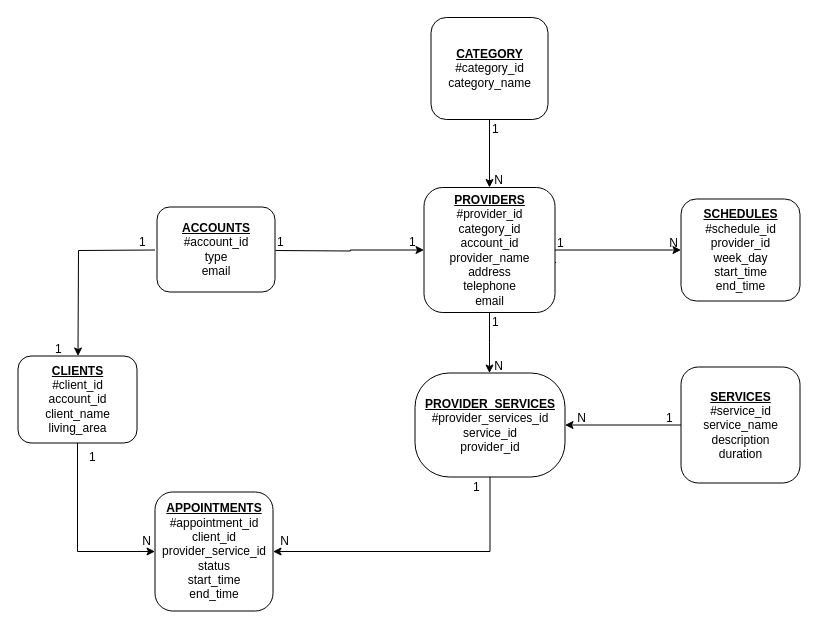
Before: DataBase.drawio in Daniela02/Licenta, a draw.io diagram. Source tidied: cells renumbered, new cells numbered last; positions are measured from the earlier drawing's top-left corner, leaving out a move shared by most shapes. Both pictures are drawn from the tidied source at 100%, with x=0, y=0 at pixel (18, 17).
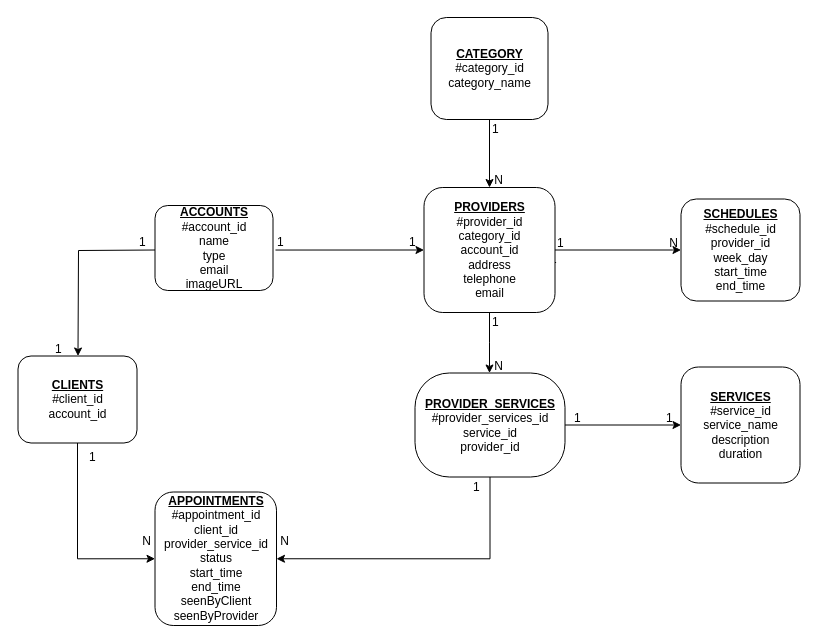
Above is the later version.

The change refers to these unchanged cells:
```xml
<mxCell id="17" value="&lt;b&gt;&lt;u&gt;SERVICES&lt;/u&gt;&lt;/b&gt;&lt;br&gt;#service_id&lt;br&gt;service_name&lt;br&gt;description&lt;br&gt;duration" style="rounded=1;whiteSpace=wrap;html=1;" parent="1" vertex="1">
  <mxGeometry x="662.5" y="349.5" width="119" height="116" as="geometry" />
</mxCell>
<mxCell id="31" value="&lt;b&gt;&lt;u&gt;PROVIDER_SERVICES&lt;/u&gt;&lt;/b&gt;&lt;br&gt;#provider_services_id&lt;br&gt;service_id&lt;br&gt;provider_id" style="rounded=1;whiteSpace=wrap;html=1;arcSize=33;" parent="1" vertex="1">
  <mxGeometry x="396.5" y="355.5" width="150" height="104" as="geometry" />
</mxCell>
```

Diff of the diagram source:
```diff
@@
-    <mxCell id="4" style="edgeStyle=orthogonalEdgeStyle;rounded=0;jettySize=auto;html=1;entryX=0;entryY=0.5;entryDx=0;entryDy=0;" parent="1" edge="1" target="21">
-      <mxGeometry relative="1" as="geometry">
-        <mxPoint x="257" y="233" as="sourcePoint" />
-      </mxGeometry>
+    <mxCell id="4" style="edgeStyle=orthogonalEdgeStyle;rounded=0;jettySize=auto;html=1;entryX=0;entryY=0.5;entryDx=0;entryDy=0;exitX=1.021;exitY=0.524;exitDx=0;exitDy=0;exitPerimeter=0;" parent="1" edge="1" source="14" target="21">
+      <mxGeometry relative="1" as="geometry" />
     </mxCell>
@@
-    <mxCell id="13" value="&lt;b&gt;&lt;u&gt;CLIENTS&lt;/u&gt;&lt;/b&gt;&lt;br&gt;#client_id&lt;br&gt;account_id&lt;br&gt;client_name&lt;br&gt;living_area" style="rounded=1;whiteSpace=wrap;html=1;" parent="1" vertex="1">
+    <mxCell id="13" value="&lt;b&gt;&lt;u&gt;CLIENTS&lt;/u&gt;&lt;/b&gt;&lt;br&gt;#client_id&lt;br&gt;account_id" style="rounded=1;whiteSpace=wrap;html=1;" parent="1" vertex="1">
       <mxGeometry x="-0.5" y="338.5" width="119" height="87" as="geometry" />
     </mxCell>
-    <mxCell id="14" value="&lt;b&gt;&lt;u&gt;ACCOUNTS&lt;/u&gt;&lt;/b&gt;&lt;br&gt;#account_id&lt;br&gt;type&lt;br&gt;email" style="rounded=1;whiteSpace=wrap;html=1;" parent="1" vertex="1">
-      <mxGeometry x="138.5" y="189.5" width="118" height="85" as="geometry" />
+    <mxCell id="14" value="&lt;b&gt;&lt;u&gt;ACCOUNTS&lt;/u&gt;&lt;/b&gt;&lt;br&gt;#account_id&lt;br&gt;name&lt;br&gt;type&lt;br&gt;email&lt;br&gt;imageURL" style="rounded=1;whiteSpace=wrap;html=1;" parent="1" vertex="1">
+      <mxGeometry x="136.5" y="188" width="118" height="85" as="geometry" />
     </mxCell>
-    <mxCell id="15" value="&lt;b&gt;&lt;u&gt;APPOINTMENTS&lt;/u&gt;&lt;/b&gt;&lt;br&gt;#appointment_id&lt;br&gt;client_id&lt;br&gt;provider_service_id&lt;br&gt;status&lt;br&gt;start_time&lt;br&gt;end_time" style="rounded=1;whiteSpace=wrap;html=1;" parent="1" vertex="1">
-      <mxGeometry x="136.5" y="474.5" width="118" height="119" as="geometry" />
+    <mxCell id="15" value="&lt;b&gt;&lt;u&gt;APPOINTMENTS&lt;/u&gt;&lt;/b&gt;&lt;br&gt;#appointment_id&lt;br&gt;client_id&lt;br&gt;provider_service_id&lt;br&gt;status&lt;br&gt;start_time&lt;br&gt;end_time&lt;br&gt;seenByClient&lt;br&gt;seenByProvider" style="rounded=1;whiteSpace=wrap;html=1;" parent="1" vertex="1">
+      <mxGeometry x="136.5" y="474.5" width="121.5" height="133.5" as="geometry" />
     </mxCell>
-    <mxCell id="16" style="edgeStyle=orthogonalEdgeStyle;rounded=0;jettySize=auto;html=1;" parent="1" edge="1" source="17" target="31">
-      <mxGeometry relative="1" as="geometry" />
-    </mxCell>
@@
-    <mxCell id="21" value="&lt;b&gt;&lt;u&gt;PROVIDERS&lt;/u&gt;&lt;/b&gt;&lt;br&gt;#provider_id&lt;br&gt;category_id&lt;br&gt;account_id&lt;br&gt;provider_name&lt;br&gt;address&lt;br&gt;telephone&lt;br&gt;email" style="rounded=1;whiteSpace=wrap;html=1;" parent="1" vertex="1">
+    <mxCell id="21" value="&lt;b&gt;&lt;u&gt;PROVIDERS&lt;/u&gt;&lt;/b&gt;&lt;br&gt;#provider_id&lt;br&gt;category_id&lt;br&gt;account_id&lt;br&gt;address&lt;br&gt;telephone&lt;br&gt;email" style="rounded=1;whiteSpace=wrap;html=1;" parent="1" vertex="1">
       <mxGeometry x="405.5" y="170" width="131" height="125" as="geometry" />
     </mxCell>
@@
+    <mxCell id="35" style="edgeStyle=orthogonalEdgeStyle;rounded=0;jettySize=auto;html=1;" parent="1" edge="1" source="31" target="17">
+      <mxGeometry relative="1" as="geometry" />
+    </mxCell>
@@
-    <mxCell id="32" value="&amp;nbsp;N" style="text;html=1;align=left;verticalAlign=top;spacingTop=-4;" parent="1" vertex="1">
-      <mxGeometry x="553.5" y="390.5" width="34" height="17" as="geometry" />
+    <mxCell id="32" value="1" style="text;html=1;align=left;verticalAlign=top;spacingTop=-4;" parent="1" vertex="1">
+      <mxGeometry x="553.5" y="390.5" width="17" height="14" as="geometry" />
     </mxCell>
```
